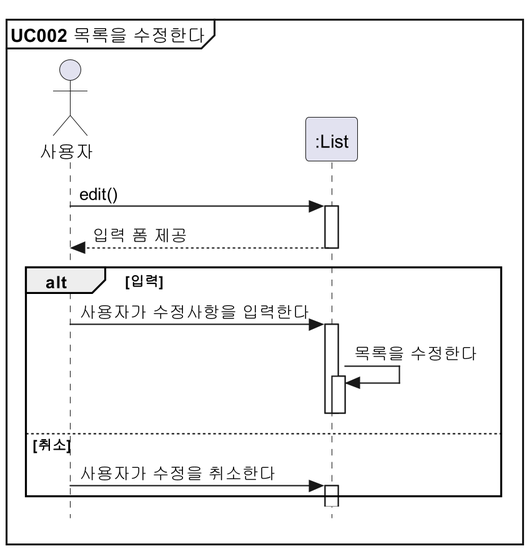
parkchamchi/SoftwareEngineering2023 keeps this PlantUML diagram as docs/설계명세서/images/seq_diag/uc002.png. Above is the earlier version. Source of this version:
```plantuml
@startuml
!includesub style.puml!STYLE

mainframe **UC002** 목록을 수정한다

actor 사용자
participant ":List" as List

사용자 -> List : edit()
List --> 사용자 : 입력 폼 제공

alt 입력
	사용자 -> List : 사용자가 수정사항을 입력한다
	List -> List : 목록을 수정한다
	deactivate List
	deactivate List
else 취소
	사용자 -> List : 사용자가 수정을 취소한다
end

@enduml
```
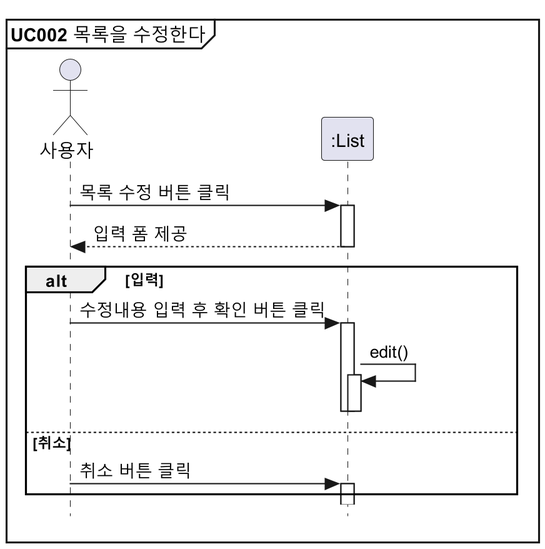
The same diagram one commit later.

Diff of the diagram source:
```diff
@@ -6,16 +6,16 @@
 actor 사용자
 participant ":List" as List
 
-사용자 -> List : edit()
+사용자 -> List : 목록 수정 버튼 클릭
 List --> 사용자 : 입력 폼 제공
 
 alt 입력
-	사용자 -> List : 사용자가 수정사항을 입력한다
-	List -> List : 목록을 수정한다
+	사용자 -> List : 수정내용 입력 후 확인 버튼 클릭
+	List -> List : edit()
 	deactivate List
 	deactivate List
 else 취소
-	사용자 -> List : 사용자가 수정을 취소한다
+	사용자 -> List : 취소 버튼 클릭
 end
 
 @enduml
```
